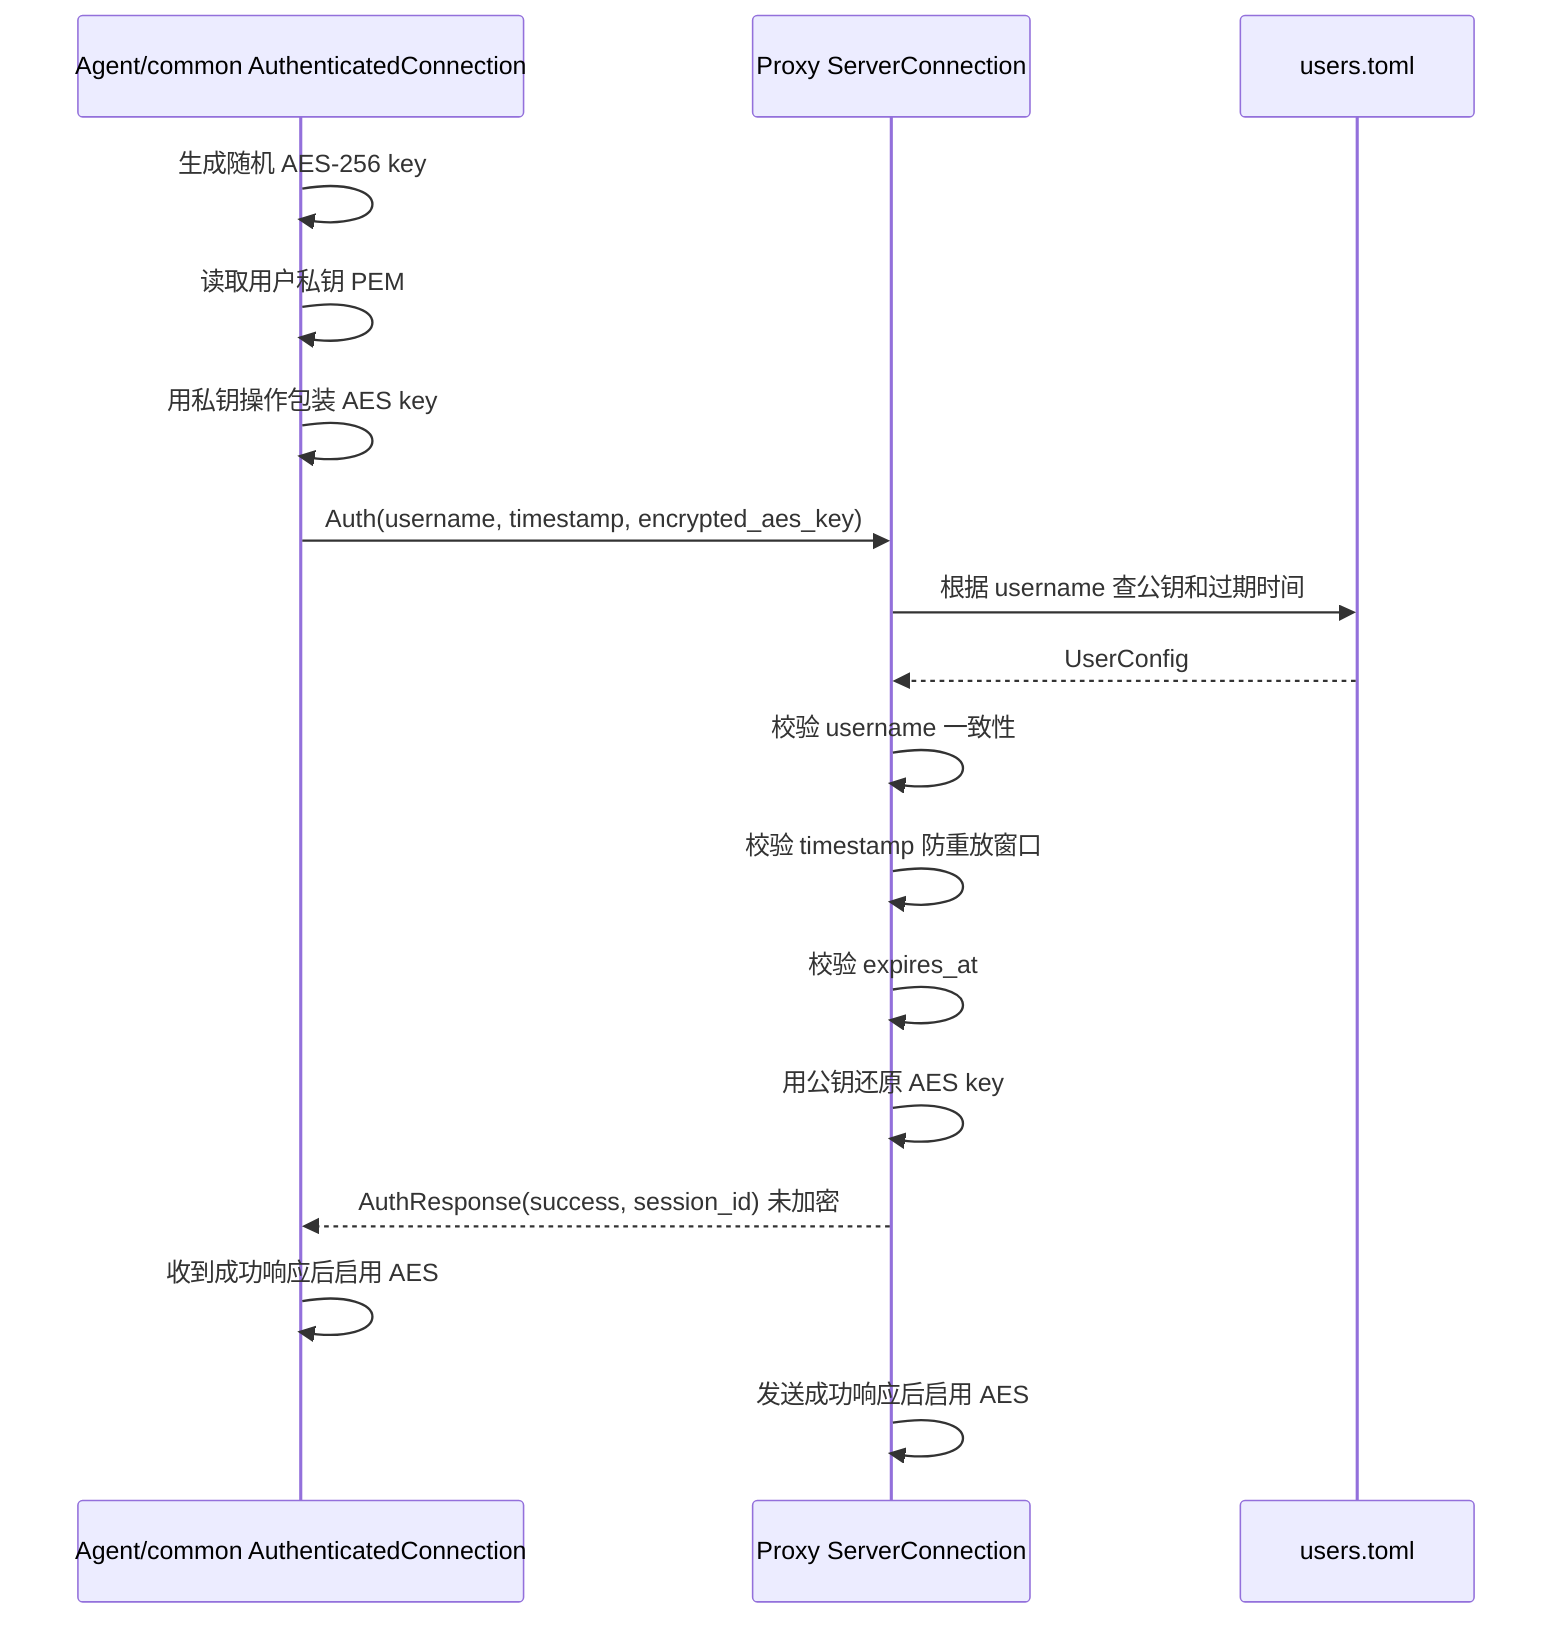
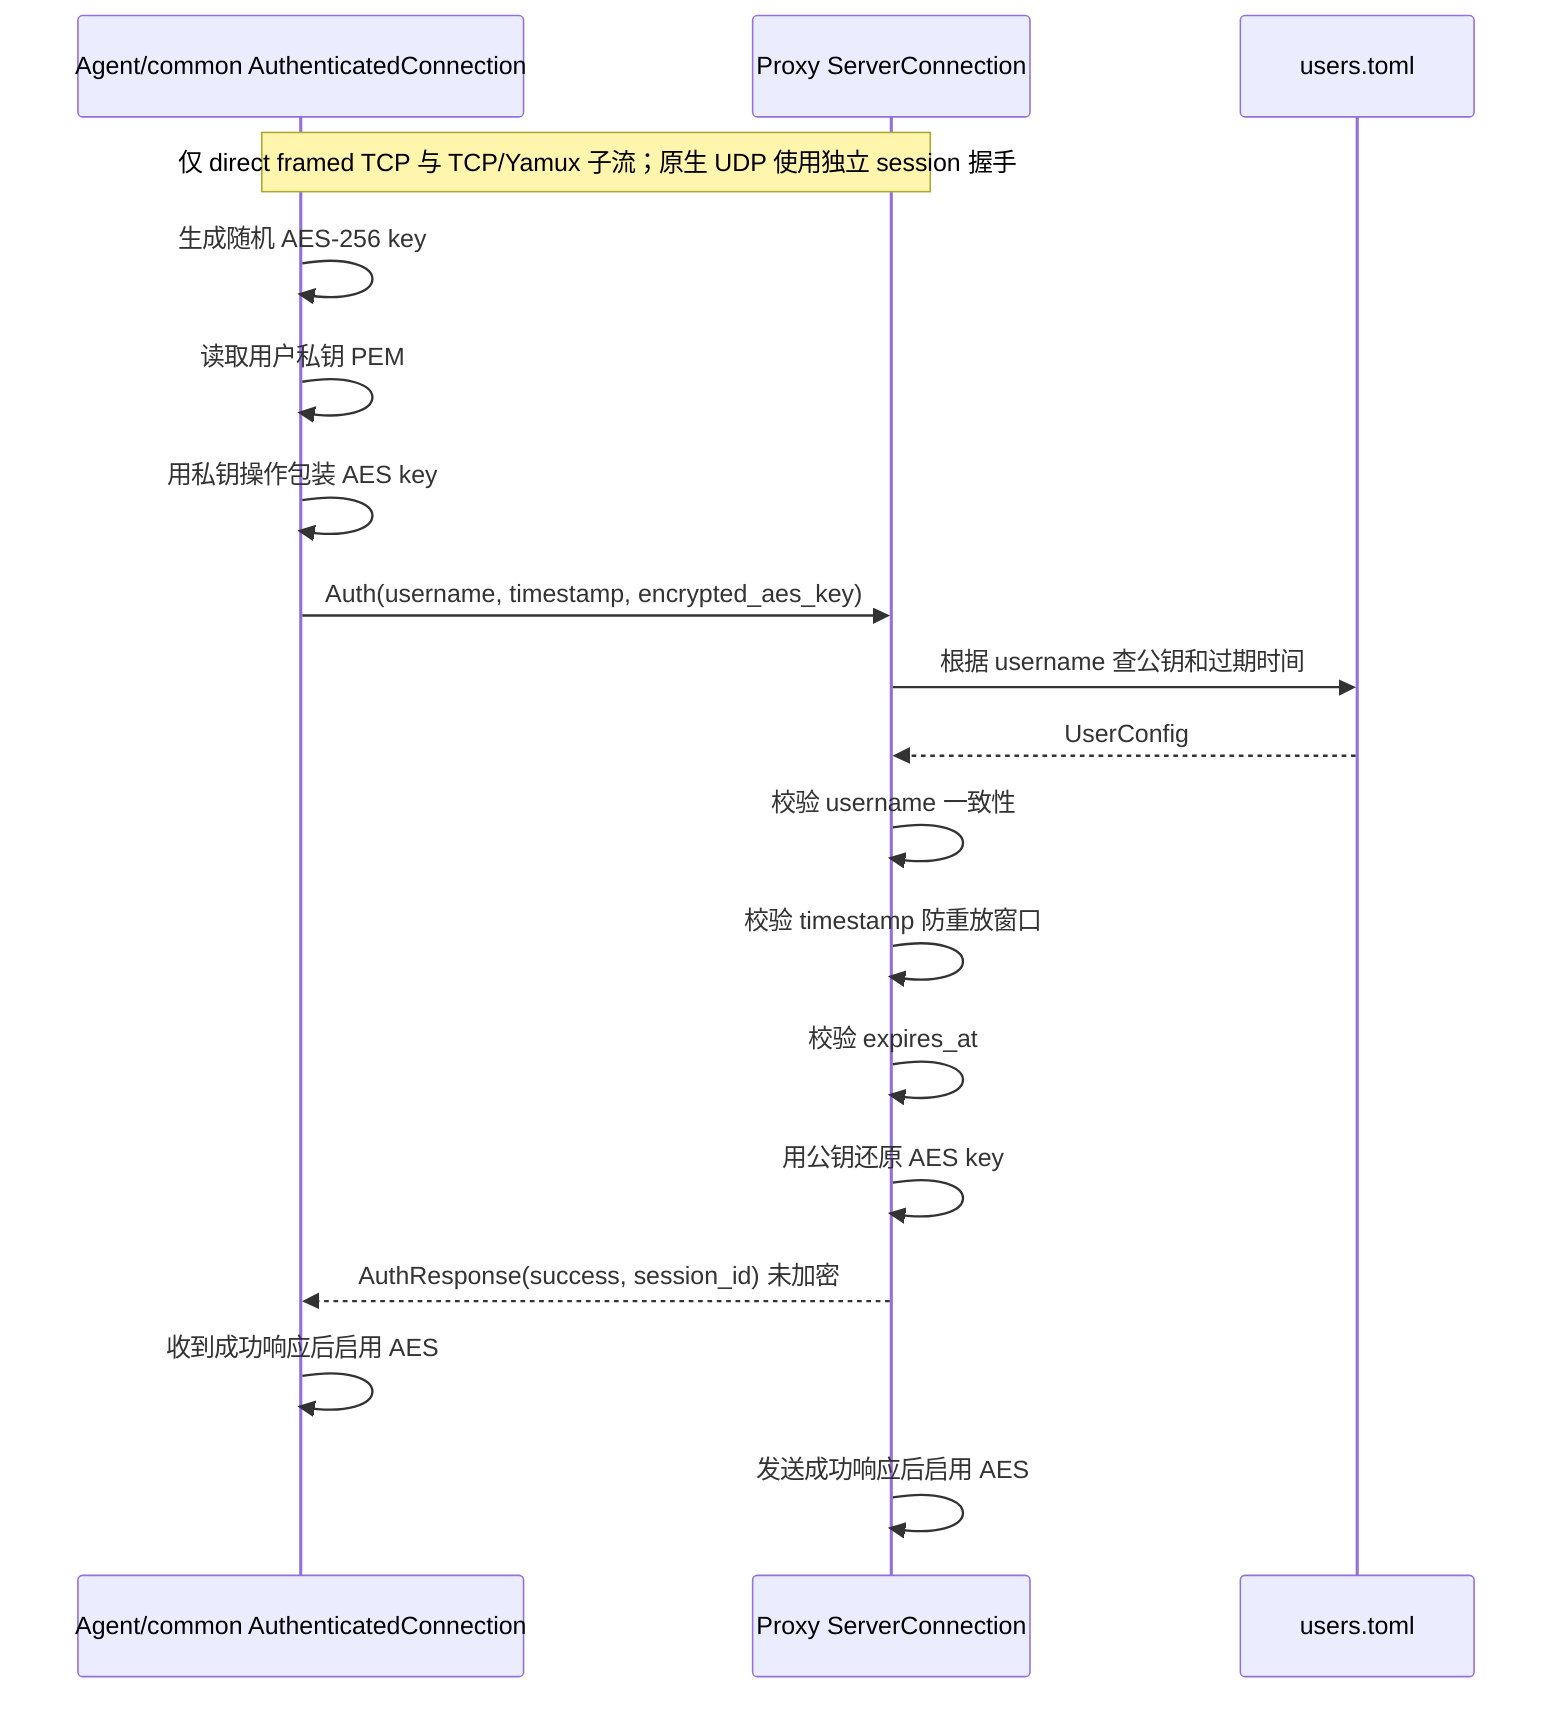
sequenceDiagram
    participant A as Agent/common AuthenticatedConnection
    participant P as Proxy ServerConnection
    participant U as users.toml
+ 
+     Note over A,P: 仅 direct framed TCP 与 TCP/Yamux 子流；原生 UDP 使用独立 session 握手

    A->>A: 生成随机 AES-256 key
    A->>A: 读取用户私钥 PEM
    A->>A: 用私钥操作包装 AES key
    A->>P: Auth(username, timestamp, encrypted_aes_key)
    P->>U: 根据 username 查公钥和过期时间
    U-->>P: UserConfig
    P->>P: 校验 username 一致性
    P->>P: 校验 timestamp 防重放窗口
    P->>P: 校验 expires_at
    P->>P: 用公钥还原 AES key
    P-->>A: AuthResponse(success, session_id) 未加密
    A->>A: 收到成功响应后启用 AES
    P->>P: 发送成功响应后启用 AES
